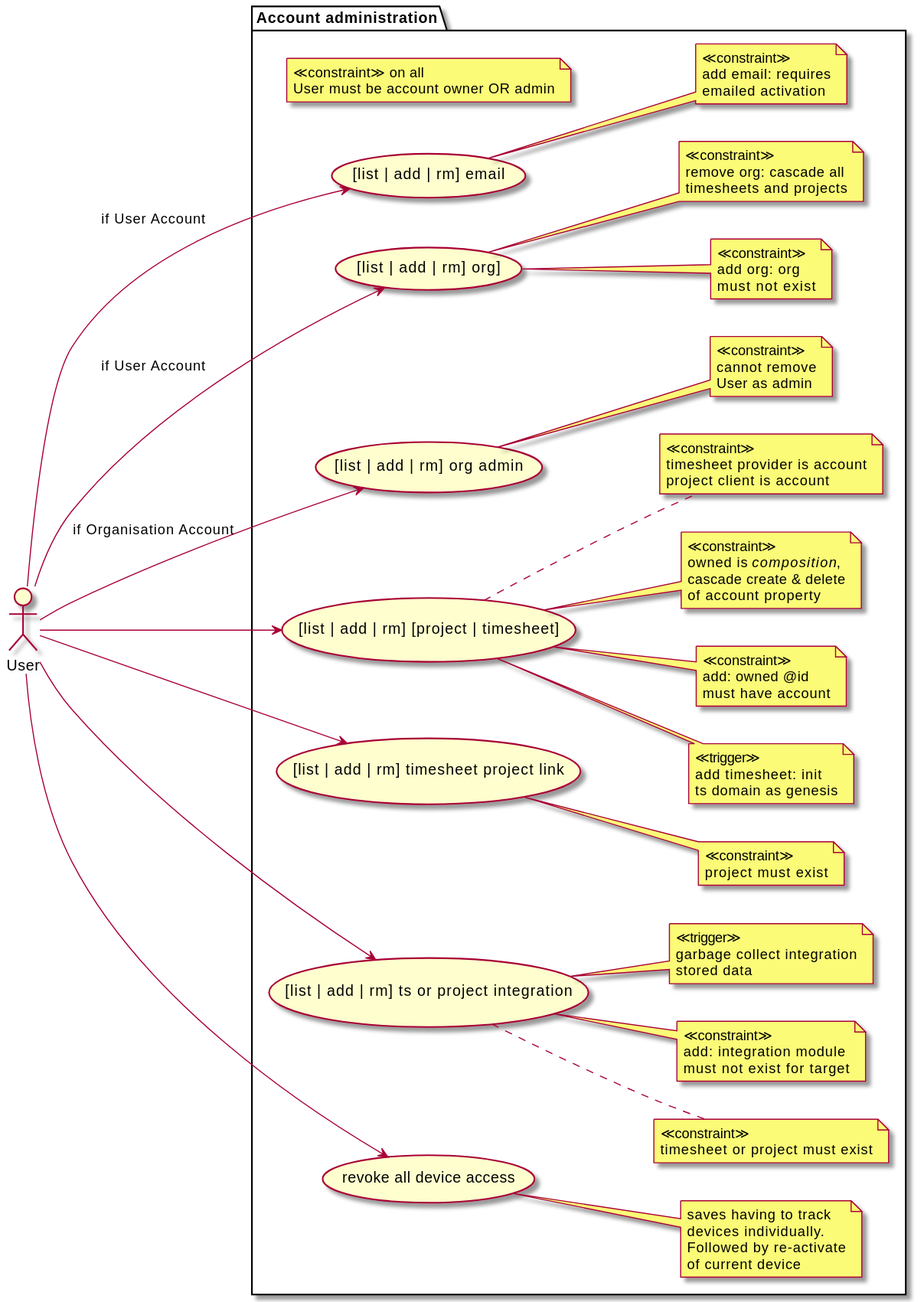
The PlantUML diagram architecture/use-case/img/administration.use-case.svg in m-ld/timeld, before a commit.
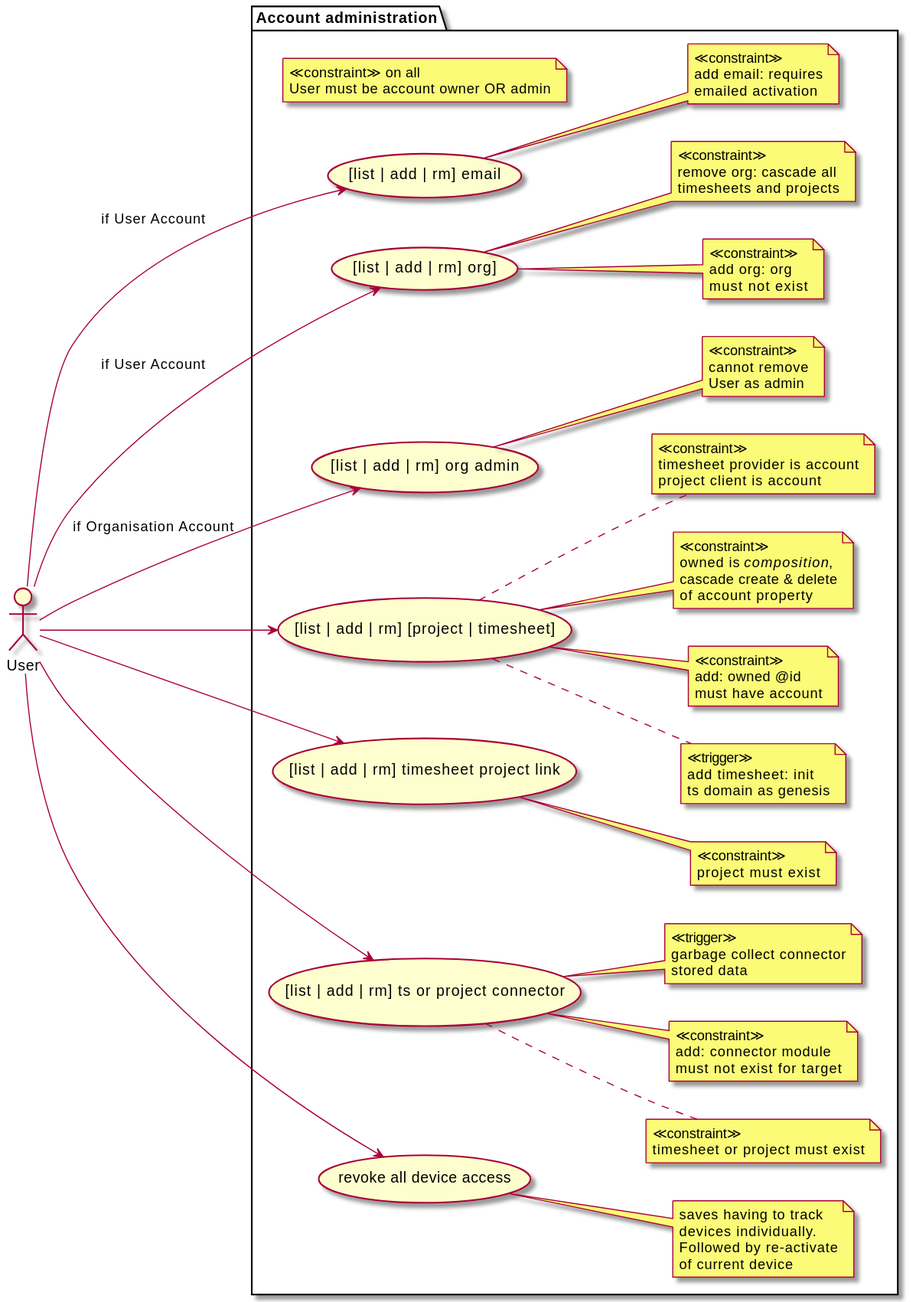
After the change.

The edit, as a diff of the source:
```diff
@@ -67,22 +67,22 @@
     project must exist
   end note
 
-  usecase integrations as ([list | add | rm] ts or project integration)
-  User --> integrations
-  note right of integrations
+  usecase connectors as ([list | add | rm] ts or project connector)
+  User --> connectors
+  note right of connectors
     ≪constraint≫
     timesheet or project must exist
   end note
 
-  note right of integrations
+  note right of connectors
     ≪constraint≫
-    add: integration module
+    add: connector module
     must not exist for target
   end note
 
-  note right of integrations
+  note right of connectors
     ≪trigger≫
-    garbage collect integration
+    garbage collect connector
     stored data
   end note
 
```
